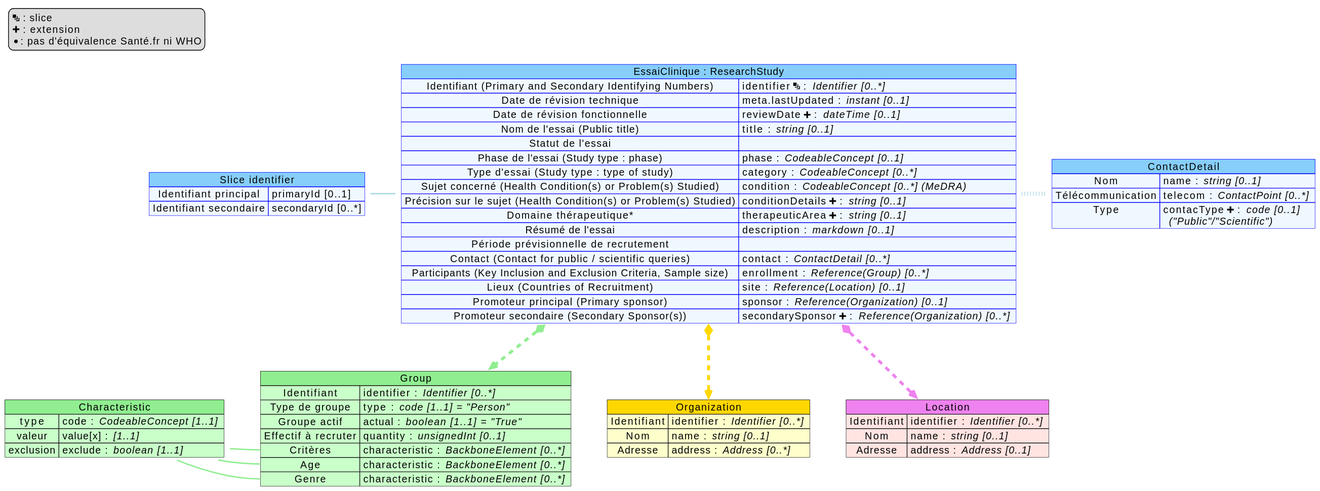
The PlantUML diagram ig/main/mappingResearchStudy.svg in ansforge/essais-cliniques, before a commit.
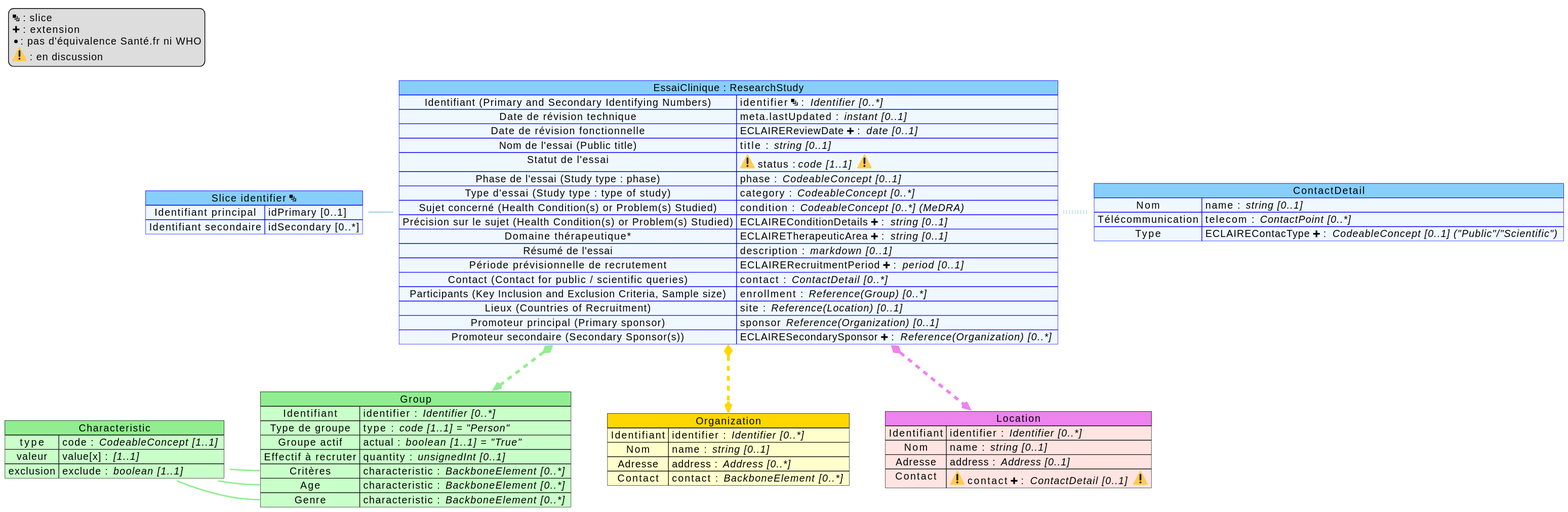
The same file after the commit.

Change to the diagram source:
```diff
@@ -2,12 +2,12 @@
 map "ContactDetail" as Contact #back:AliceBlue;header:LightSkyBlue;line:blue {
     Nom => name : // string [0..1] //
     Télécommunication => telecom : // ContactPoint [0..*] //
-    Type => contacType <&plus> : // code [0..1] // \n // ("Public"/"Scientific") //
+    Type => ECLAIREContacType <&plus> : // CodeableConcept [0..1] ("Public"/"Scientific") //
 }
 
-map "Slice identifier" as slice_identifier #back:AliceBlue;header:LightSkyBlue;line:blue {
-    Identifiant principal => primaryId [0..1]
-    Identifiant secondaire => secondaryId [0..*]
+map "Slice identifier <&layers>" as slice_identifier #back:AliceBlue;header:LightSkyBlue;line:blue {
+    Identifiant principal => idPrimary [0..1]
+    Identifiant secondaire => idSecondary [0..*]
 }
 
 map "Group" as Group #back:TECHNOLOGY;header:LightGreen {
@@ -30,52 +30,56 @@
     Identifiant => identifier : // Identifier [0..*] //
     Nom => name : // string [0..1] //
     Adresse => address : // Address [0..*] //
+    Contact => contact : // BackboneElement [0..*] //
 }
 
 map "Location" as Location #back:MistyRose;header:Violet {
     Identifiant => identifier : // Identifier [0..*] //
     Nom => name : // string [0..1] //
     Adresse => address : // Address [0..1] //
+    Contact => <:warning:> contact <&plus> : // ContactDetail [0..1] // <:warning:>
 }
 
 map "EssaiClinique : ResearchStudy" as RS #back:AliceBlue;header:LightSkyBlue;line:blue {
     Identifiant (Primary and Secondary Identifying Numbers) => identifier <&layers> : // Identifier [0..*] //
     Date de révision technique => meta.lastUpdated : // instant [0..1] //
-    Date de révision fonctionnelle => reviewDate <&plus> : // dateTime [0..1] //
+    Date de révision fonctionnelle => ECLAIREReviewDate <&plus> : // date [0..1] //
     Nom de l'essai (Public title) => title : // string [0..1] //
-    Statut de l'essai =>
+    Statut de l'essai => <:warning:> status : //code [1..1] // <:warning:>
     Phase de l'essai (Study type : phase) => phase : // CodeableConcept [0..1] //
     Type d'essai (Study type : type of study) => category : // CodeableConcept [0..*] //
     Sujet concerné (Health Condition(s) or Problem(s) Studied) => condition : // CodeableConcept [0..*] (MeDRA) //
-    Précision sur le sujet (Health Condition(s)  or  Problem(s) Studied) => conditionDetails <&plus> : // string [0..1] //
-    Domaine thérapeutique* => therapeuticArea <&plus> : // string [0..1] //
+    Précision sur le sujet (Health Condition(s)  or  Problem(s) Studied) => ECLAIREConditionDetails <&plus> : // string [0..1] //
+    Domaine thérapeutique* => ECLAIRETherapeuticArea <&plus> : // string [0..1] //
     Résumé de l'essai => description : // markdown [0..1] //
-    Période prévisionnelle de recrutement =>
+    Période prévisionnelle de recrutement => ECLAIRERecruitmentPeriod <&plus> : // period [0..1] //
     Contact (Contact for public / scientific queries) => contact : // ContactDetail [0..*] //
-    Participants (Key Inclusion and Exclusion Criteria, Sample size)=> enrollment : // Reference(Group) [0..*] //
+    Participants (Key Inclusion and Exclusion Criteria, Sample size) => enrollment : // Reference(Group) [0..*] //
     Lieux (Countries of Recruitment) => site : // Reference(Location) [0..1] //
-    Promoteur principal (Primary sponsor) => sponsor : // Reference(Organization) [0..1] //
-    Promoteur secondaire (Secondary Sponsor(s)) => secondarySponsor <&plus> : // Reference(Organization) [0..*] //
+    Promoteur principal (Primary sponsor) => sponsor // Reference(Organization) [0..1] //
+    Promoteur secondaire (Secondary Sponsor(s)) => ECLAIRESecondarySponsor <&plus> : // Reference(Organization) [0..*] //
 }
 
 
 RS::Lieux *-[#Violet,dashed,thickness=4]-> Location
 RS::Participants *-[#LightGreen,dashed,thickness=4]-> Group
 RS::Promoteur *-[#Gold,dashed,thickness=4]-> Organization
-RS::Identifiant -left[#lightBlue,thickness=2] slice_identifier
+
+RS::Identifant -left[#lightBlue,thickness=2] slice_identifier
 RS::Contact -[#lightBlue,dotted,thickness=6] Contact
 
 Group -[hidden] Organization
+
 
 Group::Critères -left[#LightGreen,thickness=2]> Characteristic
 Group::Age -left[#LightGreen,thickness=2]> Characteristic
 Group::Genre -[#LightGreen,thickness=2]> Characteristic
 
 
-
 legend top left
   <&layers> : slice
   <&plus> : extension
   * : pas d'équivalence Santé.fr ni WHO
+  <:warning:> : en discussion
 endlegend
 @enduml
```
